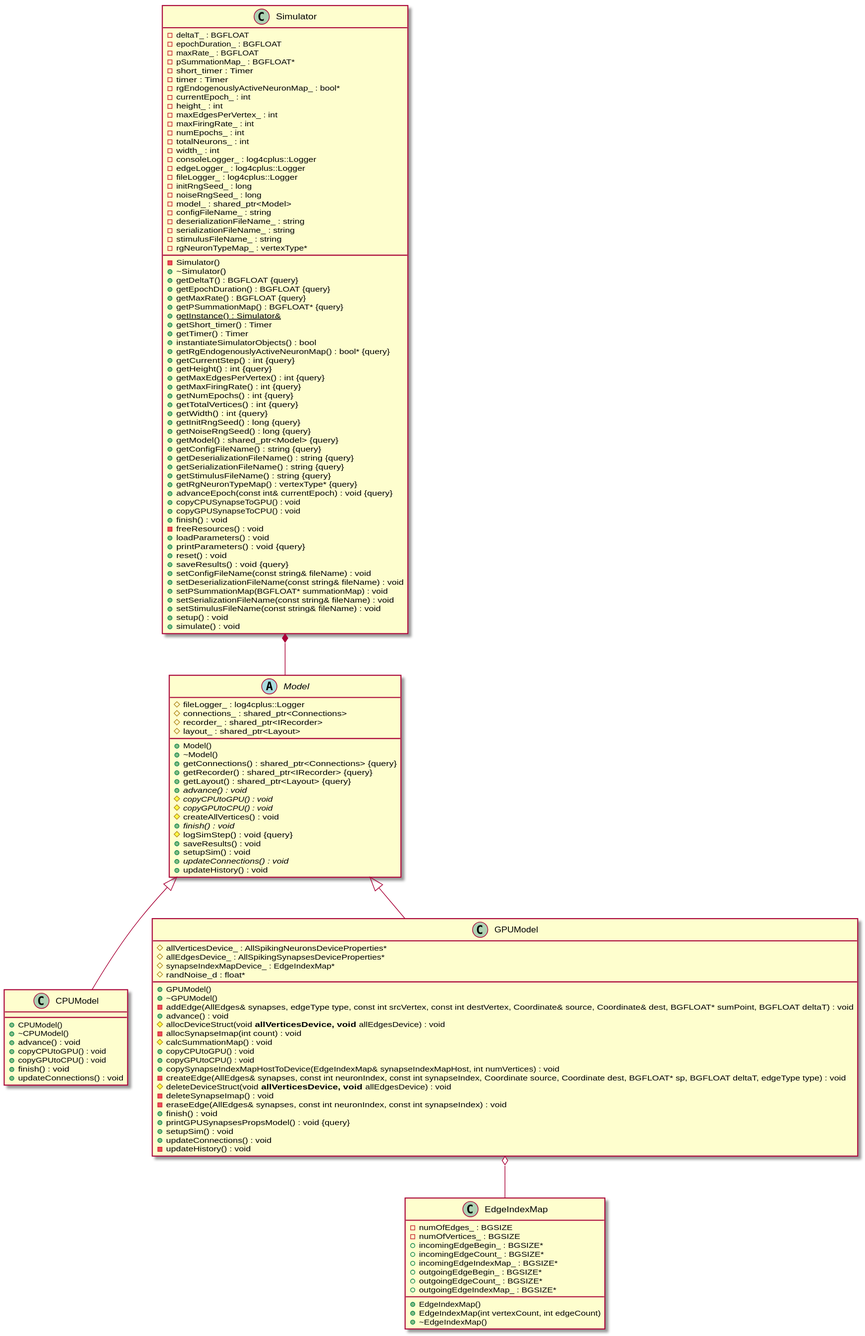
Earlier version of the PlantUML export docs/Developer/ClassDiagrams/diagrams/GraphittiCoreClassDiagram.svg (UWB-Biocomputing/Graphitti).
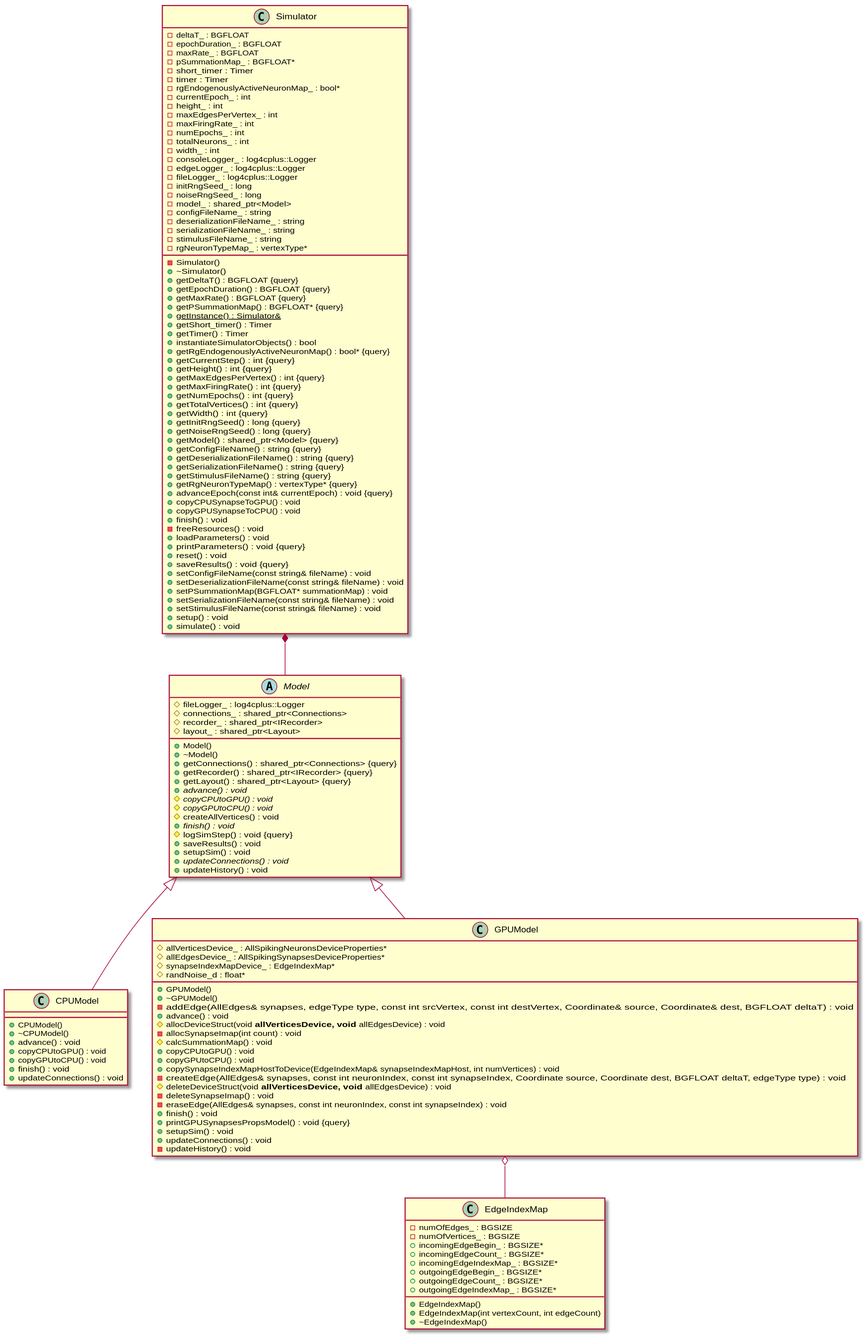
Above is the later version.

Diff of the diagram source:
```diff
@@ -23,7 +23,7 @@
 	#allEdgesDevice_ : AllSpikingSynapsesDeviceProperties*
 	#synapseIndexMapDevice_ : EdgeIndexMap*
 	#randNoise_d : float*
-	-addEdge(AllEdges& synapses, edgeType type, const int srcVertex, const int destVertex, Coordinate& source, Coordinate& dest, BGFLOAT* sumPoint, BGFLOAT deltaT) : void
+	-addEdge(AllEdges& synapses, edgeType type, const int srcVertex, const int destVertex, Coordinate& source, Coordinate& dest, BGFLOAT deltaT) : void
 	+advance() : void
 	#allocDeviceStruct(void** allVerticesDevice, void** allEdgesDevice) : void
 	-allocSynapseImap(int count) : void
@@ -31,7 +31,7 @@
 	+copyCPUtoGPU() : void
 	+copyGPUtoCPU() : void
 	+copySynapseIndexMapHostToDevice(EdgeIndexMap& synapseIndexMapHost, int numVertices) : void
-	-createEdge(AllEdges& synapses, const int neuronIndex, const int synapseIndex, Coordinate source, Coordinate dest, BGFLOAT* sp, BGFLOAT deltaT, edgeType type) : void
+	-createEdge(AllEdges& synapses, const int neuronIndex, const int synapseIndex, Coordinate source, Coordinate dest, BGFLOAT deltaT, edgeType type) : void
 	#deleteDeviceStruct(void** allVerticesDevice, void** allEdgesDevice) : void
 	-deleteSynapseImap() : void
 	-eraseEdge(AllEdges& synapses, const int neuronIndex, const int synapseIndex) : void
```
